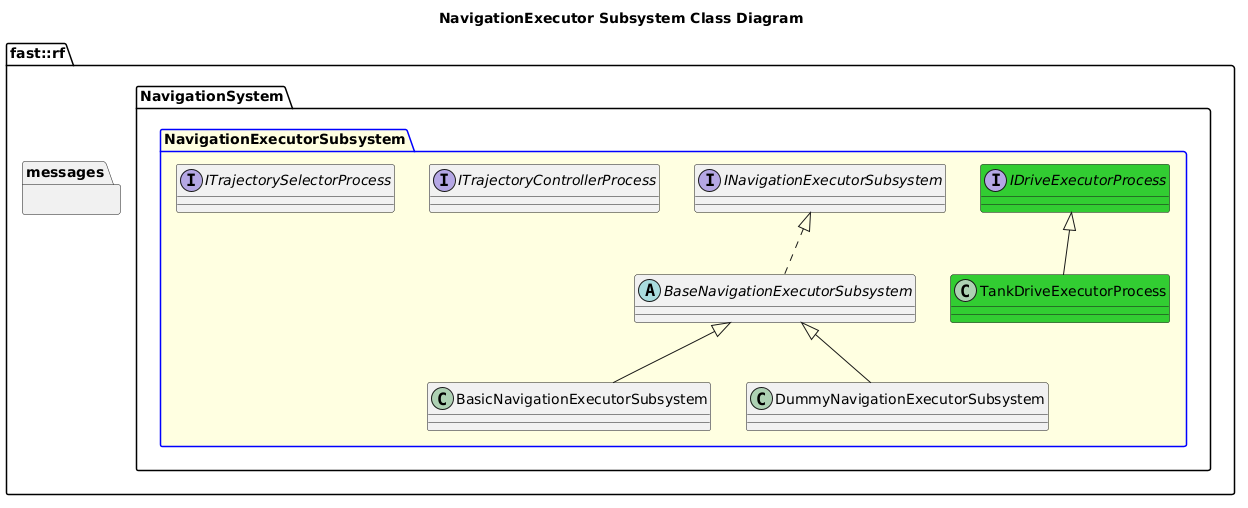
fastrobotics/robot_framework keeps this PlantUML diagram as Systems/Navigation/Subsystems/NavigationExecutor/doc/puml/NavigationExecutorSubsystemClassDiagram.png. Above is the earlier version.
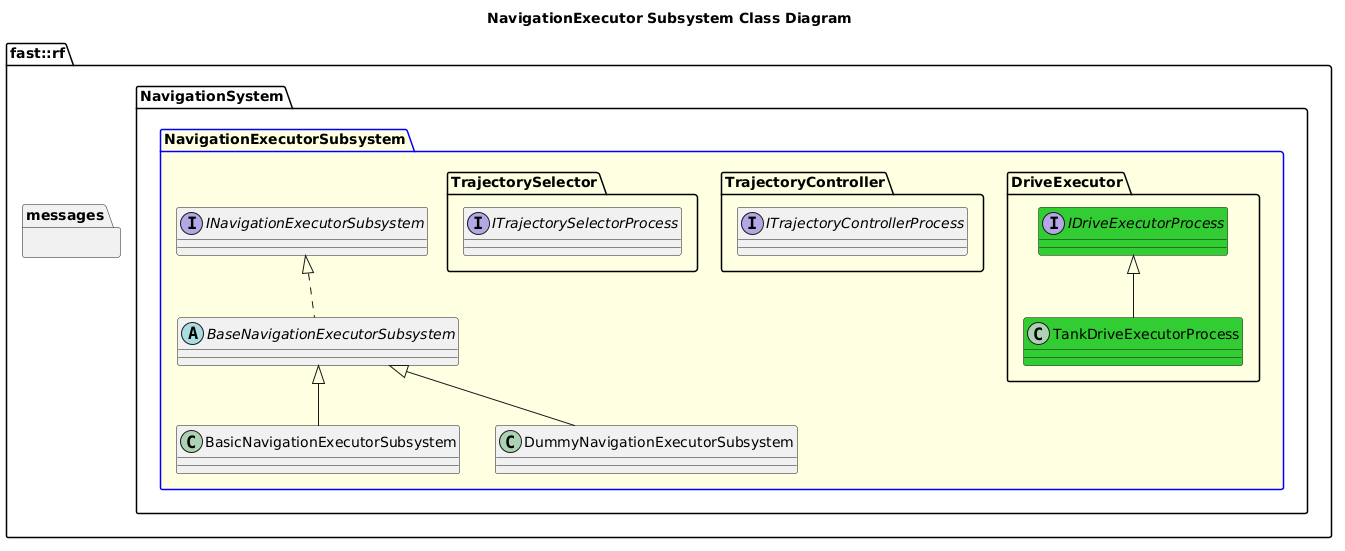
After the change.

Diff of the diagram source:
```diff
@@ -18,11 +18,17 @@
       class DummyNavigationExecutorSubsystem {
       }
       DummyNavigationExecutorSubsystem -up-|> BaseNavigationExecutorSubsystem
-      interface IDriveExecutorProcess #LimeGreen
-      class TankDriveExecutorProcess #LimeGreen
-      TankDriveExecutorProcess -up-|> IDriveExecutorProcess
-      interface ITrajectoryControllerProcess
-      interface ITrajectorySelectorProcess
+      namespace DriveExecutor {
+        interface IDriveExecutorProcess #LimeGreen
+        class TankDriveExecutorProcess #LimeGreen
+        TankDriveExecutorProcess -up-|> IDriveExecutorProcess
+      }
+      namespace TrajectoryController {
+        interface ITrajectoryControllerProcess
+      }
+      namespace TrajectorySelector {
+        interface ITrajectorySelectorProcess
+      }
     }
   }
 }
```
